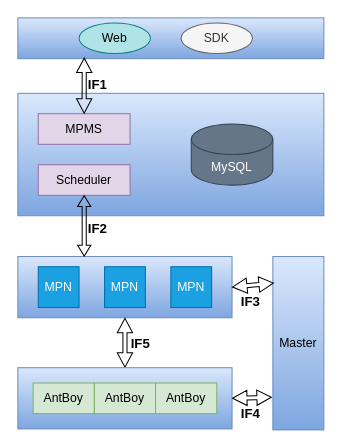
zebra-min/my-design keeps this draw.io diagram as page "第一层" (1 of 2) of 梧桐.drawio. Above is the earlier version. Source tidied: cells renumbered, new cells numbered last; positions are measured from the earlier drawing's top-left corner, leaving out a move shared by most shapes. Both pictures are drawn from the tidied source at 102%, with x=0, y=0 at pixel (17, 17).
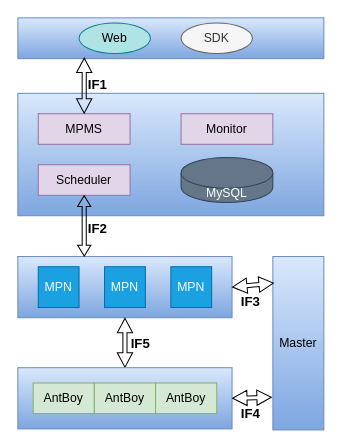
The same page after the edit.

Change to the diagram source:
```diff
@@
     <mxCell id="5" value="MySQL" style="shape=cylinder3;whiteSpace=wrap;html=1;boundedLbl=1;backgroundOutline=1;size=15;fillColor=#647687;strokeColor=#314354;fontColor=#ffffff;" parent="1" vertex="1">
-      <mxGeometry x="170" y="104" width="80" height="60" as="geometry" />
+      <mxGeometry x="160" y="137" width="90" height="44" as="geometry" />
     </mxCell>
@@
+    <mxCell id="28" value="Monitor" style="rounded=0;whiteSpace=wrap;html=1;fillColor=#e1d5e7;strokeColor=#9673a6;" parent="1" vertex="1">
+      <mxGeometry x="160" y="94" width="90" height="30" as="geometry" />
+    </mxCell>
```
